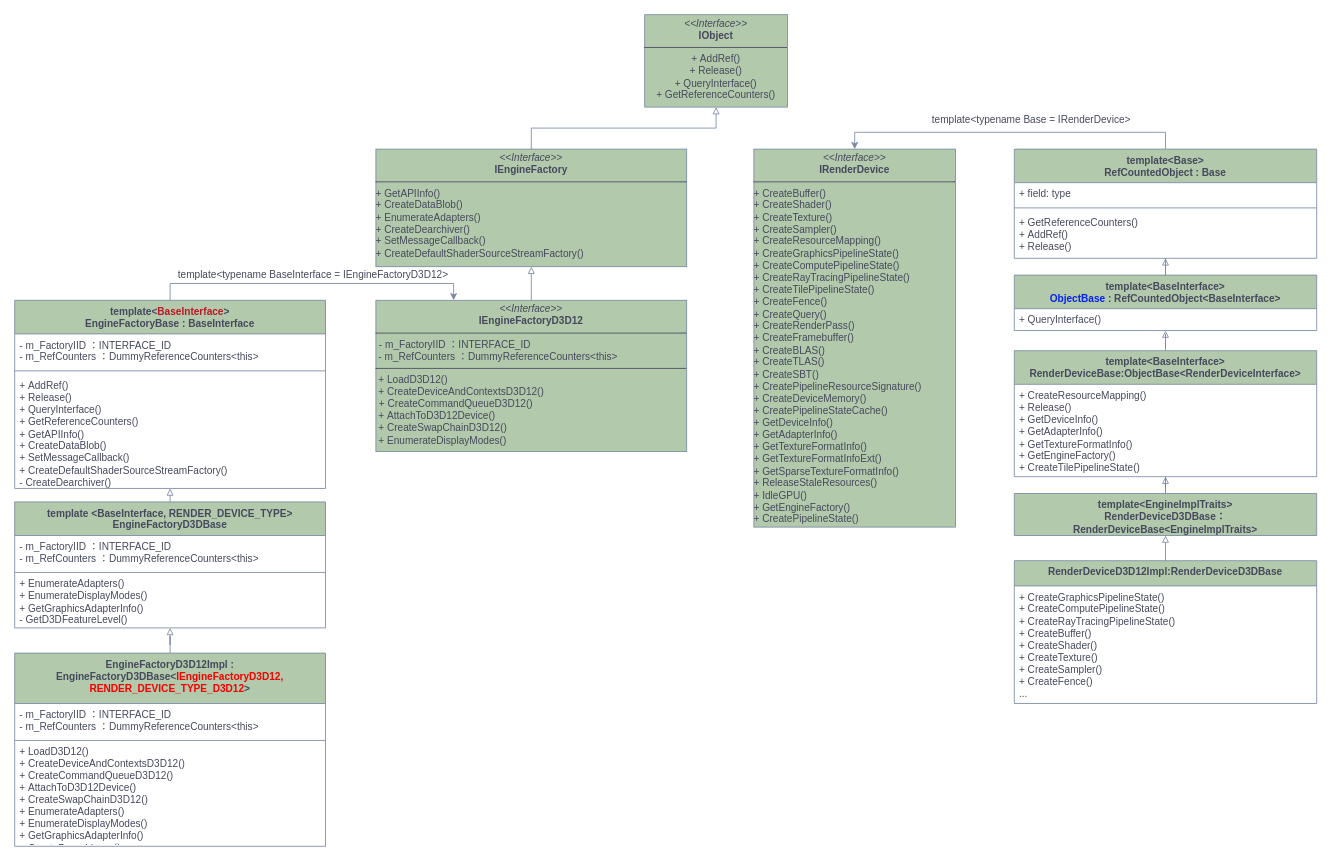
Finnhe/Computer-Graphics keeps this draw.io diagram as DiligentEngine.drawio. Above is the earlier version. Source tidied: cells renumbered, new cells numbered last; positions are measured from the earlier drawing's top-left corner, leaving out a move shared by most shapes. Both pictures are drawn from the tidied source at 84%, with x=0, y=0 at pixel (14, 14).
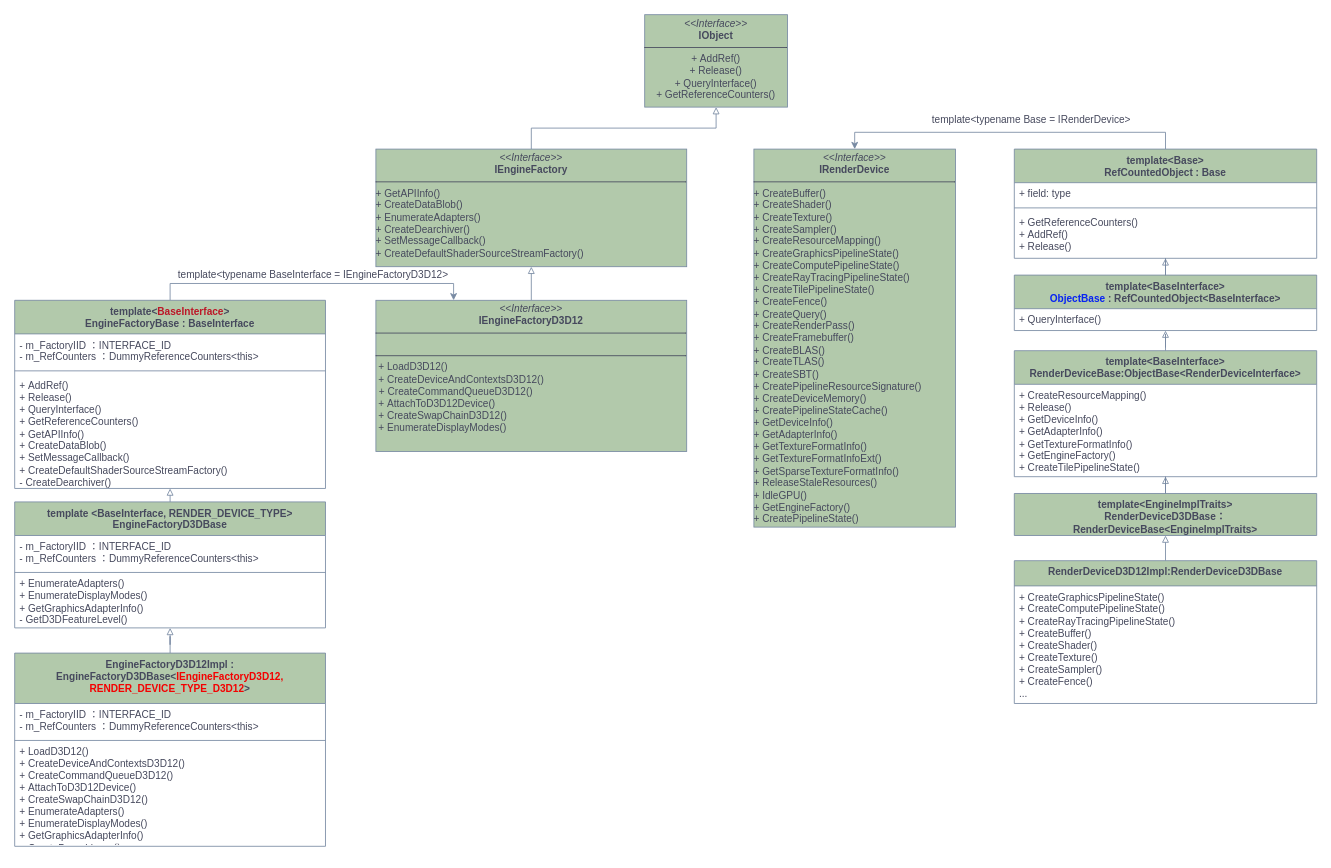
The same diagram, later.

What changed in the source:
```diff
@@
-    <mxCell id="21" value="&lt;p style=&quot;margin:0px;margin-top:4px;text-align:center;&quot;&gt;&lt;i&gt;&amp;lt;&amp;lt;Interface&amp;gt;&amp;gt;&lt;/i&gt;&lt;br&gt;&lt;b&gt;IEngineFactoryD3D12&lt;/b&gt;&lt;/p&gt;&lt;hr size=&quot;1&quot; style=&quot;border-style:solid;&quot;&gt;&lt;p style=&quot;margin:0px;margin-left:4px;&quot;&gt;- m_FactoryIID ：INTERFACE_ID&lt;/p&gt;&lt;div&gt;&amp;nbsp;- m_RefCounters ：DummyReferenceCounters&amp;lt;this&amp;gt;&lt;/div&gt;&lt;hr size=&quot;1&quot; style=&quot;border-style:solid;&quot;&gt;&lt;div&gt;&amp;nbsp;+&amp;nbsp;LoadD3D12()&lt;/div&gt;&lt;div&gt;&amp;nbsp;+ CreateDeviceAndContextsD3D12()&lt;/div&gt;&lt;p style=&quot;margin:0px;margin-left:4px;&quot;&gt;+ CreateCommandQueueD3D12()&lt;/p&gt;&lt;div&gt;&amp;nbsp;+&amp;nbsp;AttachToD3D12Device()&lt;/div&gt;&lt;div&gt;&amp;nbsp;+&amp;nbsp;CreateSwapChainD3D12()&lt;/div&gt;&lt;div&gt;&amp;nbsp;+&amp;nbsp;EnumerateDisplayModes()&lt;/div&gt;" style="verticalAlign=top;align=left;overflow=fill;html=1;whiteSpace=wrap;strokeColor=#788AA3;fontColor=#46495D;fillColor=#B2C9AB;" parent="1" vertex="1">
+    <mxCell id="21" value="&lt;p style=&quot;margin:0px;margin-top:4px;text-align:center;&quot;&gt;&lt;i&gt;&amp;lt;&amp;lt;Interface&amp;gt;&amp;gt;&lt;/i&gt;&lt;br&gt;&lt;b&gt;IEngineFactoryD3D12&lt;/b&gt;&lt;/p&gt;&lt;hr size=&quot;1&quot; style=&quot;border-style:solid;&quot;&gt;&lt;p style=&quot;margin:0px;margin-left:4px;&quot;&gt;&lt;br&gt;&lt;/p&gt;&lt;hr size=&quot;1&quot; style=&quot;border-style:solid;&quot;&gt;&lt;div&gt;&amp;nbsp;+&amp;nbsp;LoadD3D12()&lt;/div&gt;&lt;div&gt;&amp;nbsp;+ CreateDeviceAndContextsD3D12()&lt;/div&gt;&lt;p style=&quot;margin:0px;margin-left:4px;&quot;&gt;+ CreateCommandQueueD3D12()&lt;/p&gt;&lt;div&gt;&amp;nbsp;+&amp;nbsp;AttachToD3D12Device()&lt;/div&gt;&lt;div&gt;&amp;nbsp;+&amp;nbsp;CreateSwapChainD3D12()&lt;/div&gt;&lt;div&gt;&amp;nbsp;+&amp;nbsp;EnumerateDisplayModes()&lt;/div&gt;" style="verticalAlign=top;align=left;overflow=fill;html=1;whiteSpace=wrap;strokeColor=#788AA3;fontColor=#46495D;fillColor=#B2C9AB;" parent="1" vertex="1">
       <mxGeometry x="430" y="340" width="370" height="180" as="geometry" />
     </mxCell>
```
